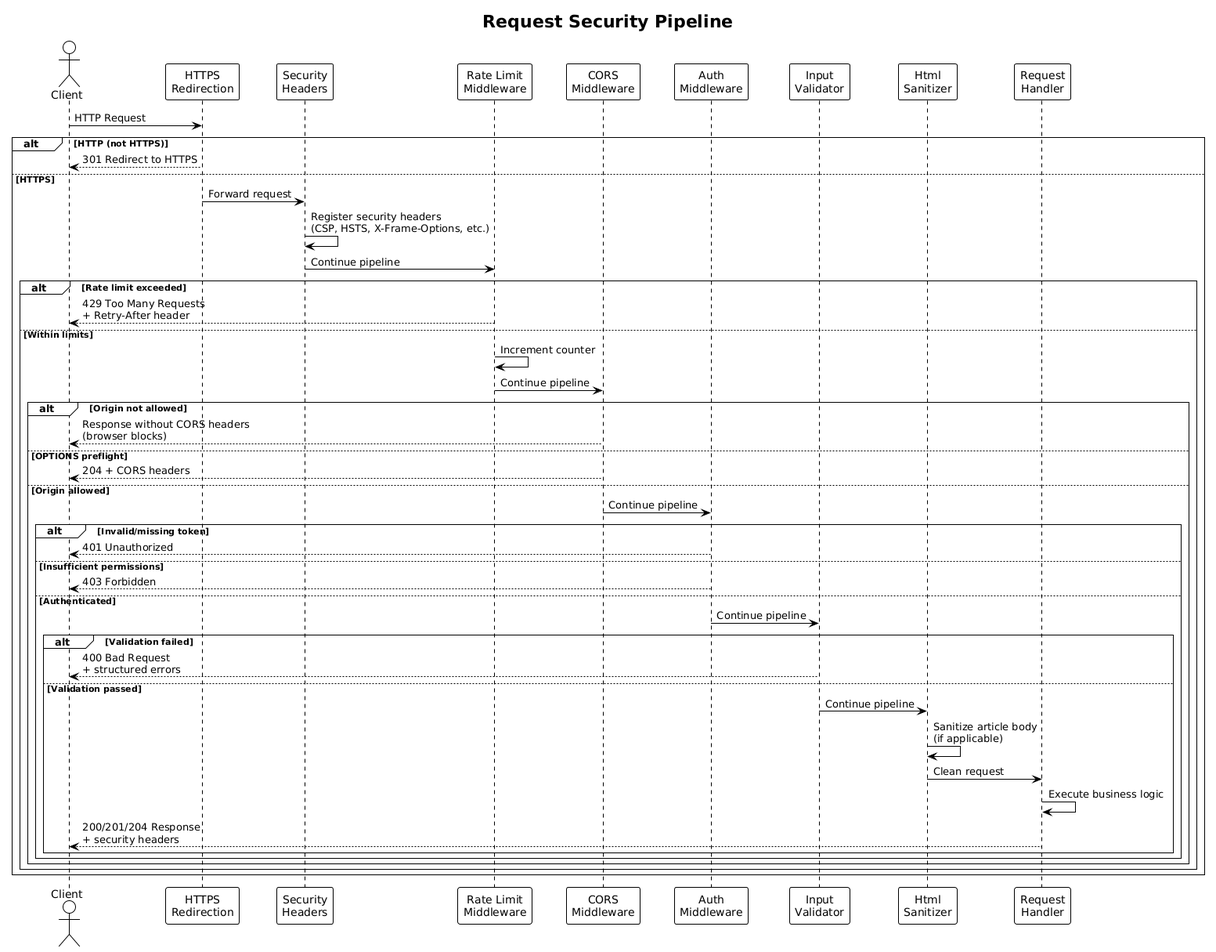
The PlantUML diagram docs/detailed-designs/08-security-hardening/diagrams/sequence_security_pipeline.png in QuinntyneBrown/Blog, before a commit. The source it was exported from:
```plantuml
@startuml
!theme plain

title Request Security Pipeline

actor Client
participant "HTTPS\nRedirection" as HTTPS
participant "Security\nHeaders" as Headers
participant "Rate Limit\nMiddleware" as RateLimit
participant "CORS\nMiddleware" as CORS
participant "Auth\nMiddleware" as Auth
participant "Input\nValidator" as Validator
participant "Html\nSanitizer" as Sanitizer
participant "Request\nHandler" as Handler

Client -> HTTPS : HTTP Request
alt HTTP (not HTTPS)
    HTTPS --> Client : 301 Redirect to HTTPS
else HTTPS
    HTTPS -> Headers : Forward request
    Headers -> Headers : Register security headers\n(CSP, HSTS, X-Frame-Options, etc.)
    Headers -> RateLimit : Continue pipeline

    alt Rate limit exceeded
        RateLimit --> Client : 429 Too Many Requests\n+ Retry-After header
    else Within limits
        RateLimit -> RateLimit : Increment counter
        RateLimit -> CORS : Continue pipeline

        alt Origin not allowed
            CORS --> Client : Response without CORS headers\n(browser blocks)
        else OPTIONS preflight
            CORS --> Client : 204 + CORS headers
        else Origin allowed
            CORS -> Auth : Continue pipeline

            alt Invalid/missing token
                Auth --> Client : 401 Unauthorized
            else Insufficient permissions
                Auth --> Client : 403 Forbidden
            else Authenticated
                Auth -> Validator : Continue pipeline

                alt Validation failed
                    Validator --> Client : 400 Bad Request\n+ structured errors
                else Validation passed
                    Validator -> Sanitizer : Continue pipeline
                    Sanitizer -> Sanitizer : Sanitize article body\n(if applicable)
                    Sanitizer -> Handler : Clean request
                    Handler -> Handler : Execute business logic
                    Handler --> Client : 200/201/204 Response\n+ security headers
                end
            end
        end
    end
end
@enduml
```
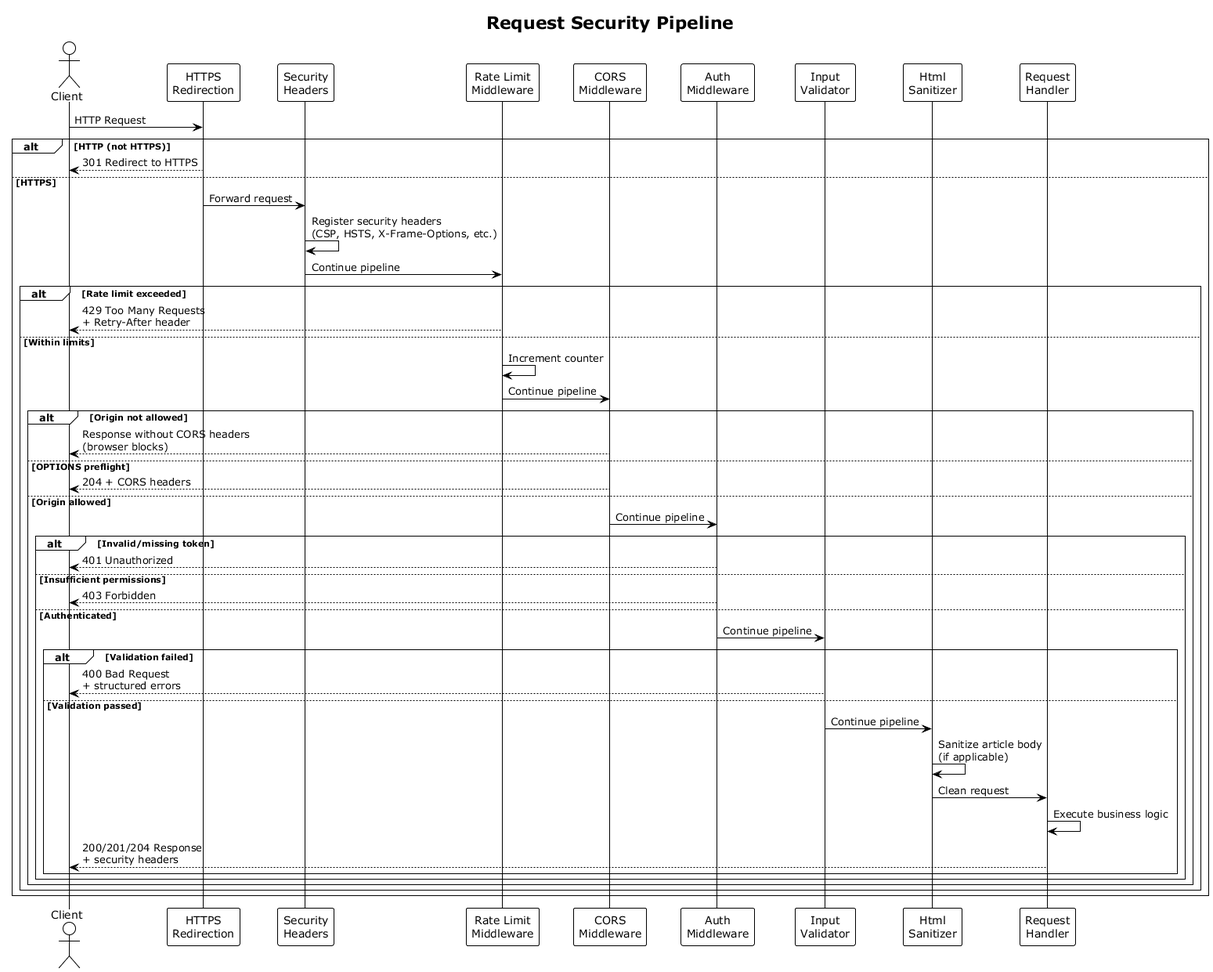
The same diagram one commit later.

The edit, as a diff of the source:
```diff
@@ -1,4 +1,4 @@
-@startuml
+@startuml sequence_security_pipeline
 !theme plain
 
 title Request Security Pipeline
@@ -54,4 +54,5 @@
         end
     end
 end
+
 @enduml
```
